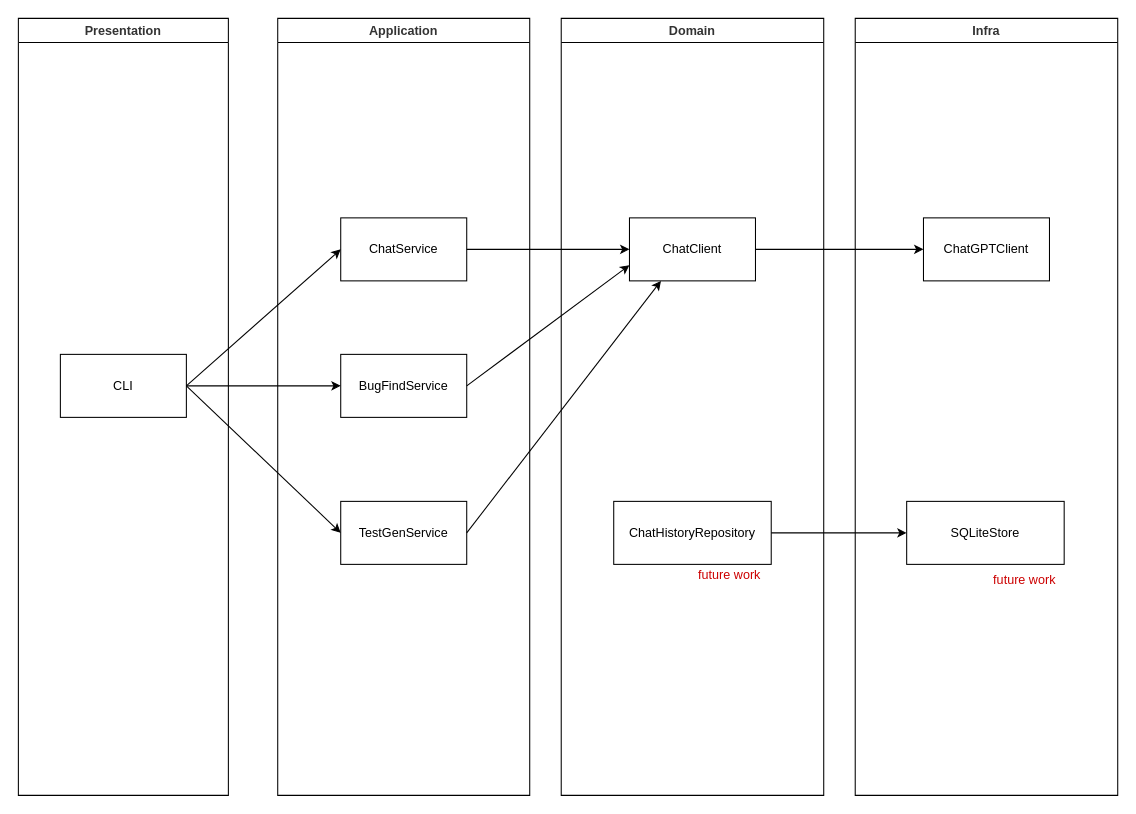
Before: docs/components.drawio in sota0121/chat-gpt3, a draw.io diagram. Source tidied: cells renumbered, new cells numbered last; positions are measured from the earlier drawing's top-left corner, leaving out a move shared by most shapes. Both pictures are drawn from the tidied source at 105%, with x=0, y=0 at pixel (18, 18).
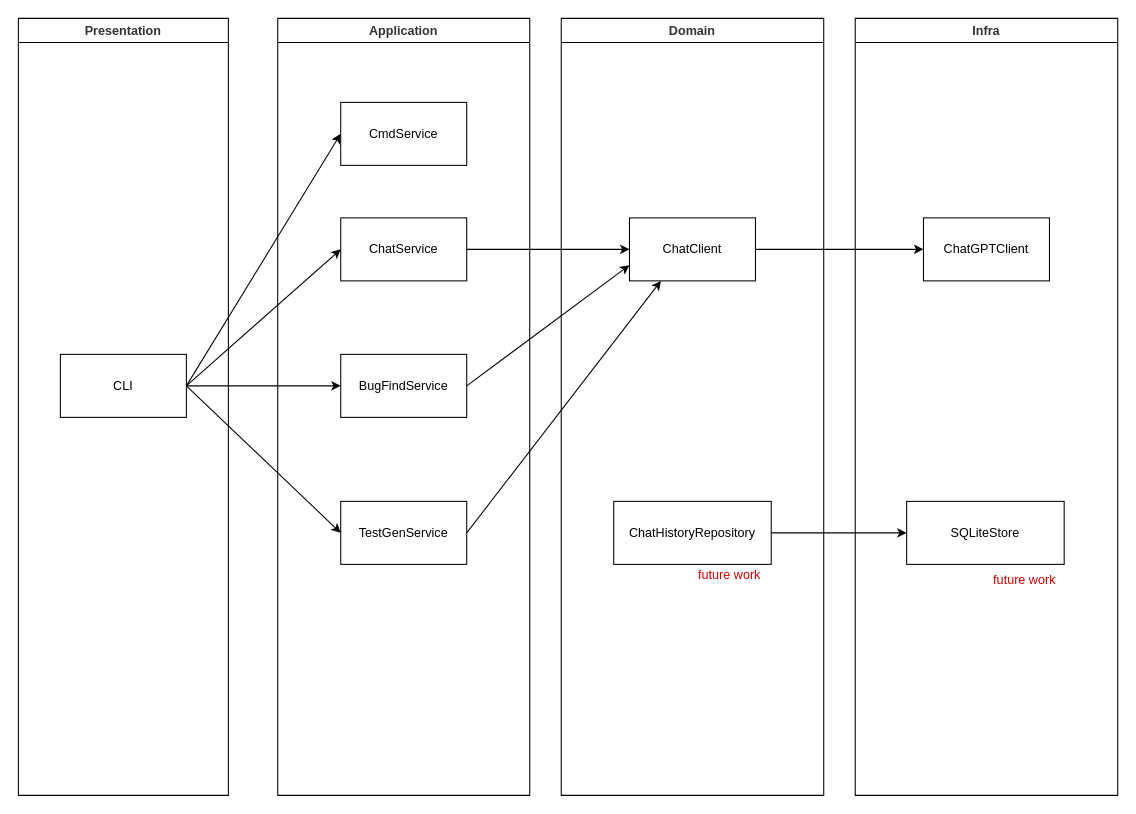
Above is the later version.

The change refers to these unchanged cells:
```xml
<mxCell id="3" value="CLI" style="rounded=0;whiteSpace=wrap;html=1;" parent="2" vertex="1">
  <mxGeometry x="40" y="320" width="120" height="60" as="geometry" />
</mxCell>
<mxCell id="4" value="Application" style="swimlane;whiteSpace=wrap;html=1;fontColor=#333333;" parent="1" vertex="1">
  <mxGeometry x="247" width="240" height="740" as="geometry" />
</mxCell>
```

The edit, as a diff of the source:
```diff
@@
+    <mxCell id="26" value="CmdService" style="rounded=0;whiteSpace=wrap;html=1;" parent="4" vertex="1">
+      <mxGeometry x="60" y="80" width="120" height="60" as="geometry" />
+    </mxCell>
@@
+    <mxCell id="27" style="edgeStyle=none;html=1;exitX=1;exitY=0.5;exitDx=0;exitDy=0;entryX=0;entryY=0.5;entryDx=0;entryDy=0;fontColor=#333333;" parent="1" edge="1" source="3" target="26">
+      <mxGeometry relative="1" as="geometry" />
+    </mxCell>
```
